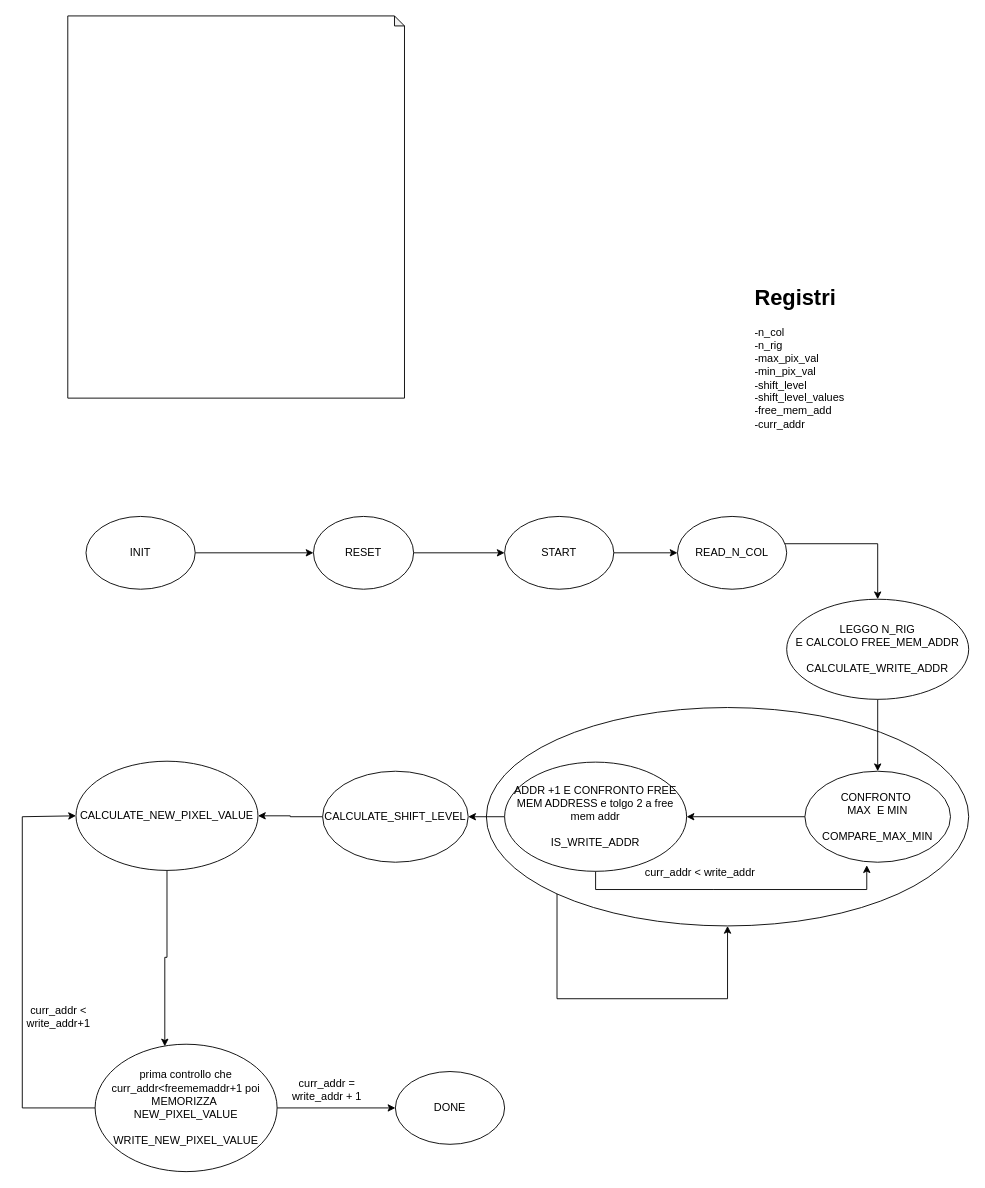
This is doc/FSM.drawio from maurofama99/Progetto-Reti-Logiche-2021, a draw.io file, before an edit. Source tidied: cells renumbered, new cells numbered last; positions are measured from the earlier drawing's top-left corner, leaving out a move shared by most shapes. Both pictures are drawn from the tidied source at 91%, with x=0, y=0 at pixel (22, 15).
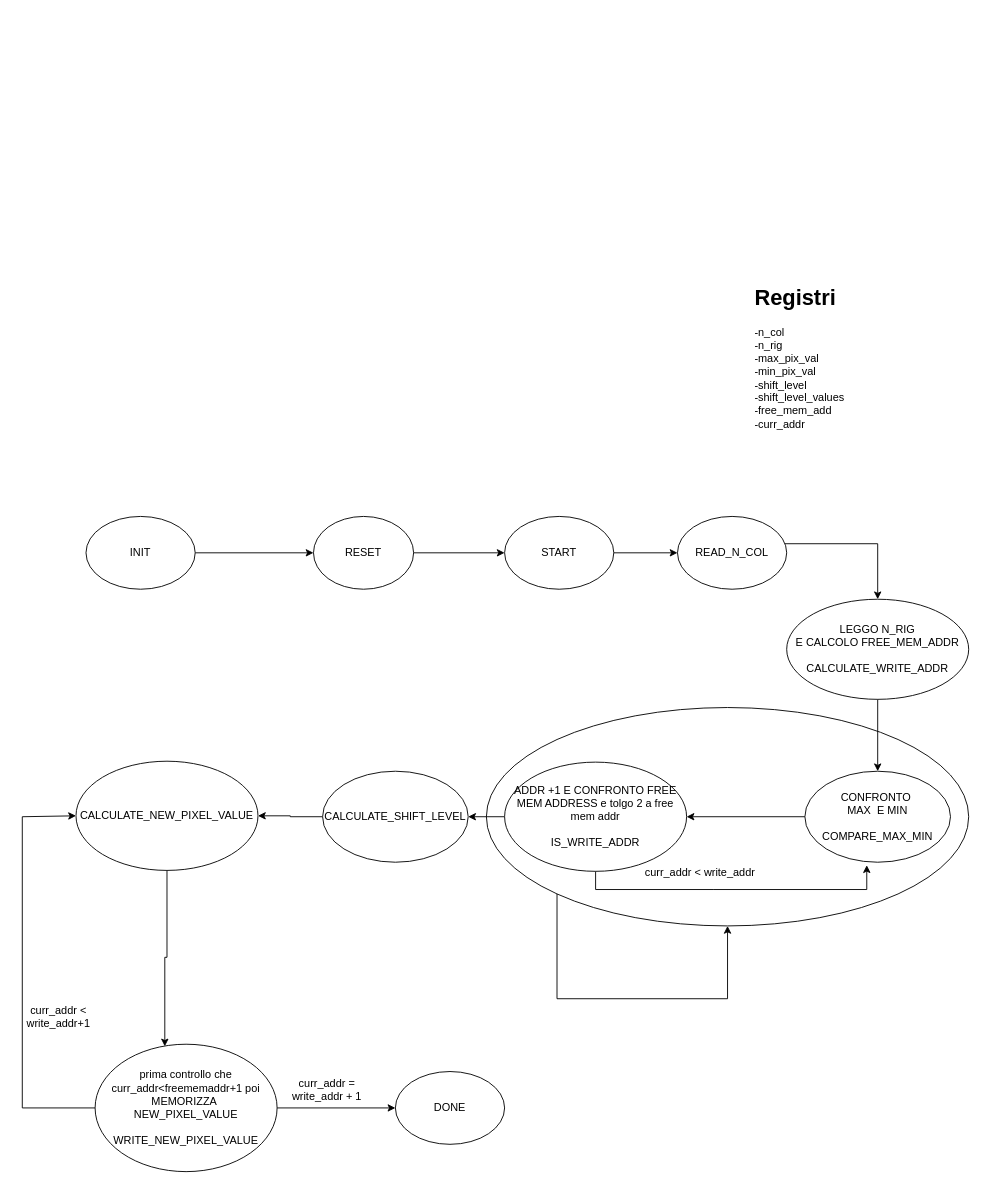
The same diagram, later.

Change to the diagram source:
```diff
@@
-    <mxCell id="29" style="shape=note;whiteSpace=wrap;html=1;backgroundOutline=1;darkOpacity=0.05;size=11;" parent="1" vertex="1">
-      <mxGeometry x="50" width="370" height="420" as="geometry" />
-    </mxCell>
```
